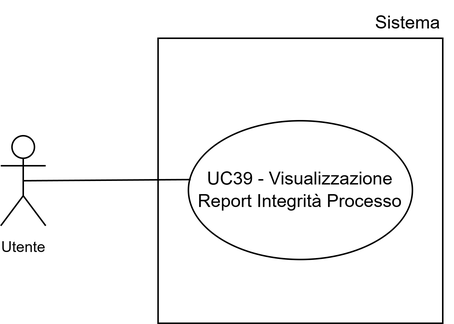
Before: assets/uml/UC39.png, a diagram exported from draw.io (7-ZPUs/Docs). Source tidied: cells renumbered, new cells last; positions are measured from the earlier drawing's top-left corner, leaving out a move shared by most shapes.
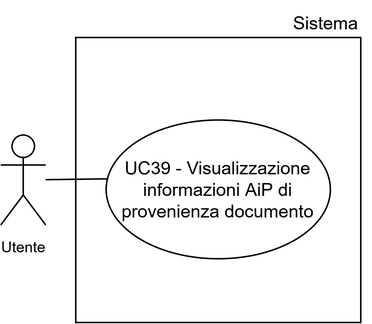
The same file after the commit.

What changed in the source:
```diff
@@ -6,12 +6,12 @@
       <mxGeometry x="105" y="25" width="190" height="190" as="geometry" />
     </mxCell>
     <mxCell id="3" value="&lt;font style=&quot;font-size: 10px;&quot;&gt;Utente&lt;/font&gt;" style="shape=umlActor;verticalLabelPosition=bottom;verticalAlign=top;html=1;outlineConnect=0;" parent="1" vertex="1">
-      <mxGeometry y="90" width="30" height="60" as="geometry" />
+      <mxGeometry x="55" y="90" width="30" height="60" as="geometry" />
     </mxCell>
-    <mxCell id="4" value="UC39 - Visualizzazione Report Integrità Processo" style="ellipse;whiteSpace=wrap;html=1;" parent="1" vertex="1">
+    <mxCell id="4" value="UC39 - Visualizzazione informazioni AiP di provenienza documento" style="ellipse;whiteSpace=wrap;html=1;" parent="1" vertex="1">
       <mxGeometry x="125.2" y="80" width="149.5" height="92.5" as="geometry" />
     </mxCell>
-    <mxCell id="5" style="endArrow=none;html=1;rounded=0;entryX=0.01;entryY=0.424;entryDx=0;entryDy=0;entryPerimeter=0;exitX=0.5;exitY=0.5;exitDx=0;exitDy=0;exitPerimeter=0;" parent="1" edge="1" source="3" target="4">
+    <mxCell id="5" style="endArrow=none;html=1;rounded=0;entryX=0.01;entryY=0.424;entryDx=0;entryDy=0;entryPerimeter=0;" parent="1" edge="1" source="3" target="4">
       <mxGeometry relative="1" as="geometry" />
     </mxCell>
     <mxCell id="6" value="&lt;font style=&quot;font-size: 12px;&quot;&gt;Sistema&lt;/font&gt;" style="text;html=1;whiteSpace=wrap;strokeColor=none;fillColor=none;align=center;verticalAlign=middle;rounded=0;fontSize=10;" parent="1" vertex="1">
```
